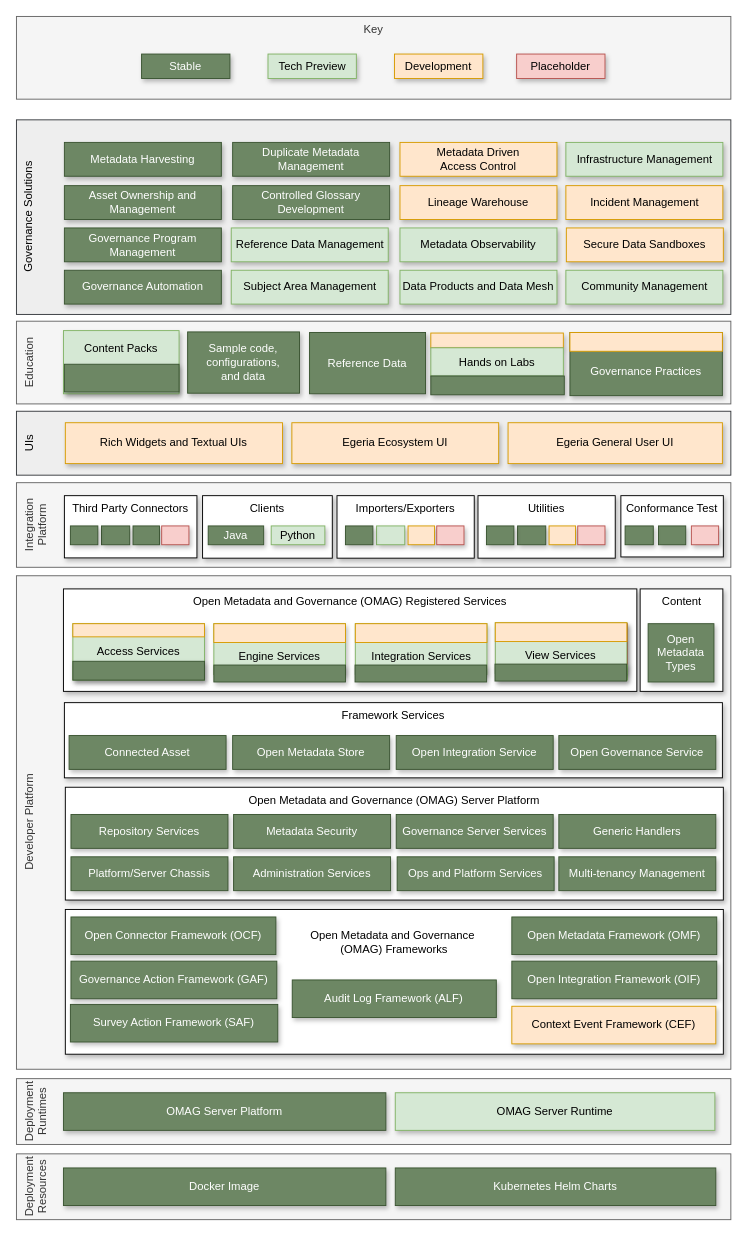
The draw.io diagram page "release-5.0" (29 of 29) of site/docs/release-notes/egeria-status.drawio in odpi/egeria-docs, before the edit. Source tidied: cells renumbered, new cells numbered last; positions are measured from the earlier drawing's top-left corner, leaving out a move shared by most shapes. Both pictures are drawn from the tidied source at 94%, with x=0, y=0 at pixel (16, 16).
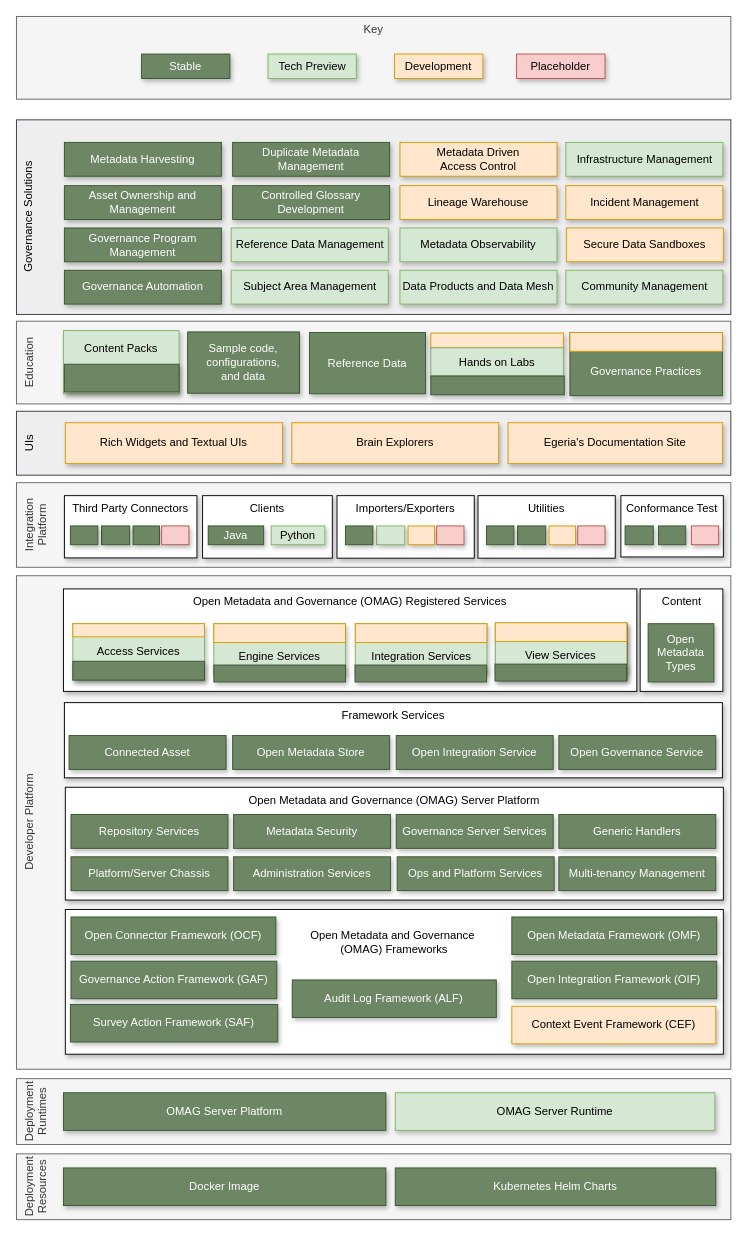
The same page after the edit.

What changed in the source:
```diff
@@
-    <mxCell id="31" value="Egeria Ecosystem UI" style="rounded=0;whiteSpace=wrap;html=1;align=center;verticalAlign=middle;shadow=1;fillColor=#ffe6cc;strokeColor=#d79b00;" parent="1" vertex="1">
+    <mxCell id="31" value="Brain Explorers" style="rounded=0;whiteSpace=wrap;html=1;align=center;verticalAlign=middle;shadow=1;fillColor=#ffe6cc;strokeColor=#d79b00;" parent="1" vertex="1">
       <mxGeometry x="293" y="432.2" width="220" height="43.5" as="geometry" />
     </mxCell>
-    <mxCell id="32" value="Egeria General User UI" style="rounded=0;whiteSpace=wrap;html=1;align=center;verticalAlign=middle;shadow=1;fillColor=#ffe6cc;strokeColor=#d79b00;" parent="1" vertex="1">
+    <mxCell id="32" value="Egeria's Documentation Site" style="rounded=0;whiteSpace=wrap;html=1;align=center;verticalAlign=middle;shadow=1;fillColor=#ffe6cc;strokeColor=#d79b00;" parent="1" vertex="1">
       <mxGeometry x="523" y="432.2" width="228" height="43.5" as="geometry" />
     </mxCell>
```
